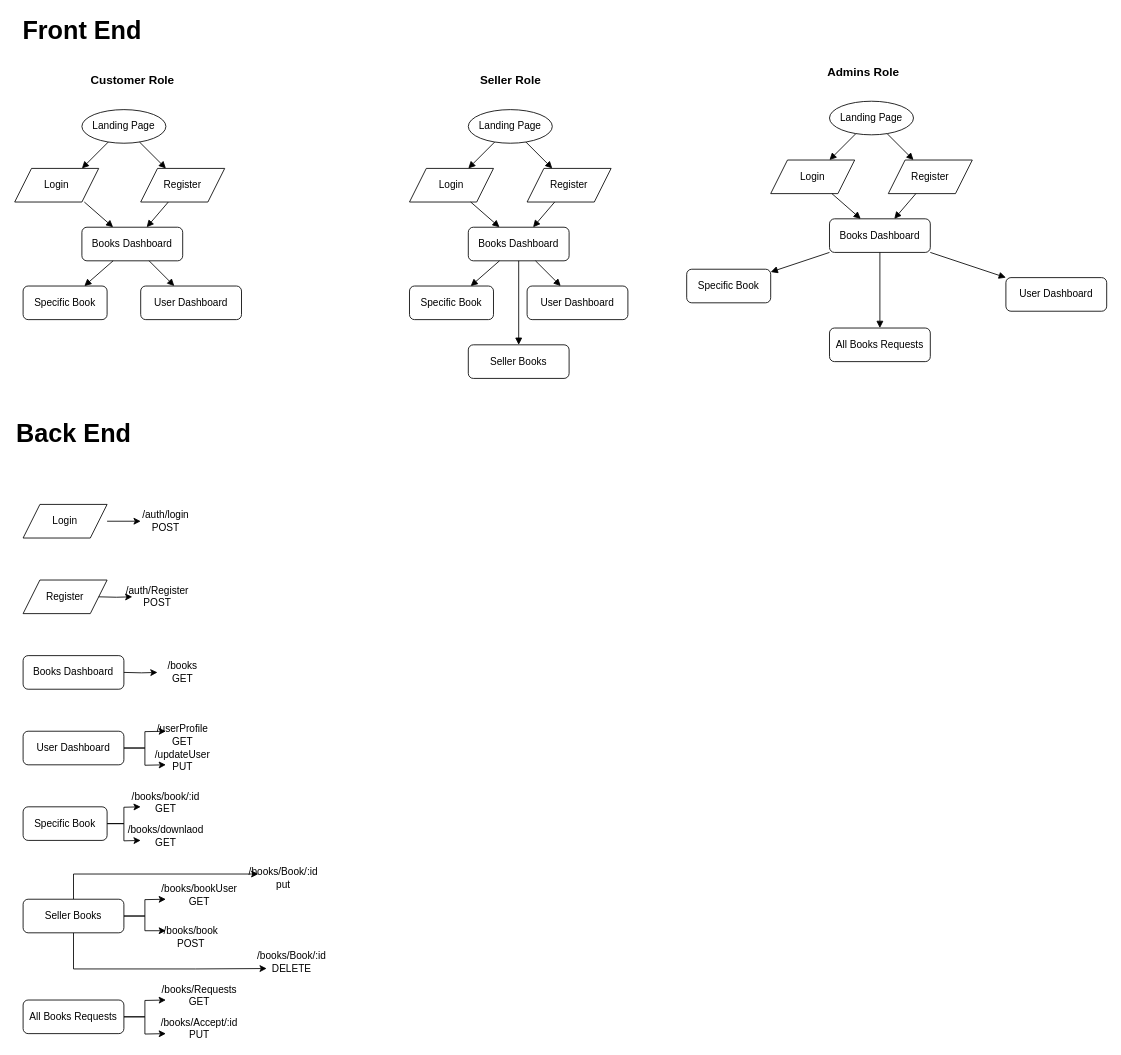
The draw.io diagram bookMangmentDiagram.drawio in OmarAboelnaga121/Books-Mangment-Api, before the edit. Source tidied: cells renumbered, new cells numbered last; positions are measured from the earlier drawing's top-left corner, leaving out a move shared by most shapes. Both pictures are drawn from the tidied source at 84%, with x=0, y=0 at pixel (14, 17).
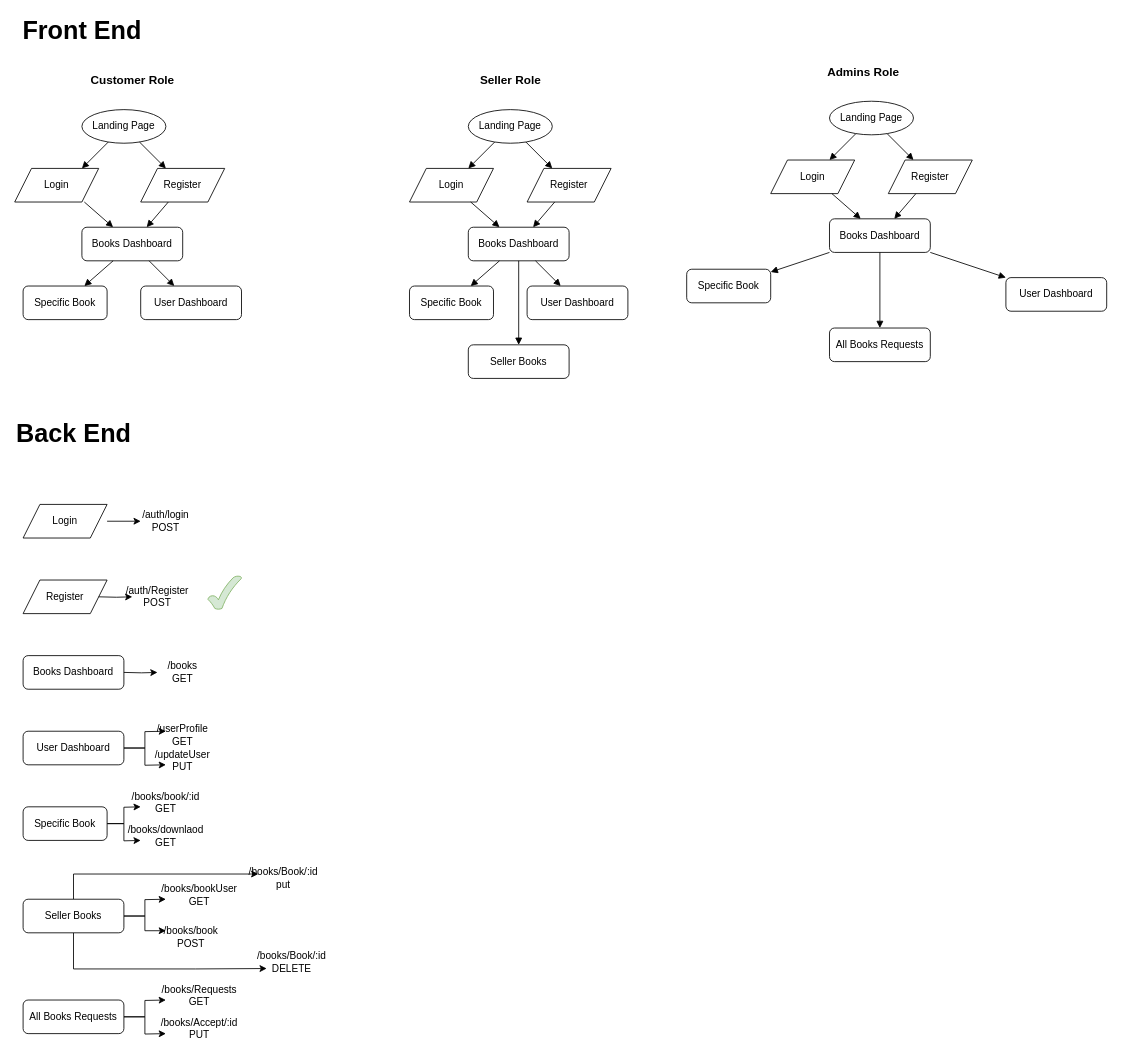
The same diagram, later.

The edit, as a diff of the source:
```diff
@@
+    <mxCell id="80" style="verticalLabelPosition=bottom;verticalAlign=top;html=1;shape=mxgraph.basic.tick;fillColor=#d5e8d4;strokeColor=#82b366;" parent="1" vertex="1">
+      <mxGeometry x="230" y="665" width="40" height="40" as="geometry" />
+    </mxCell>
```
